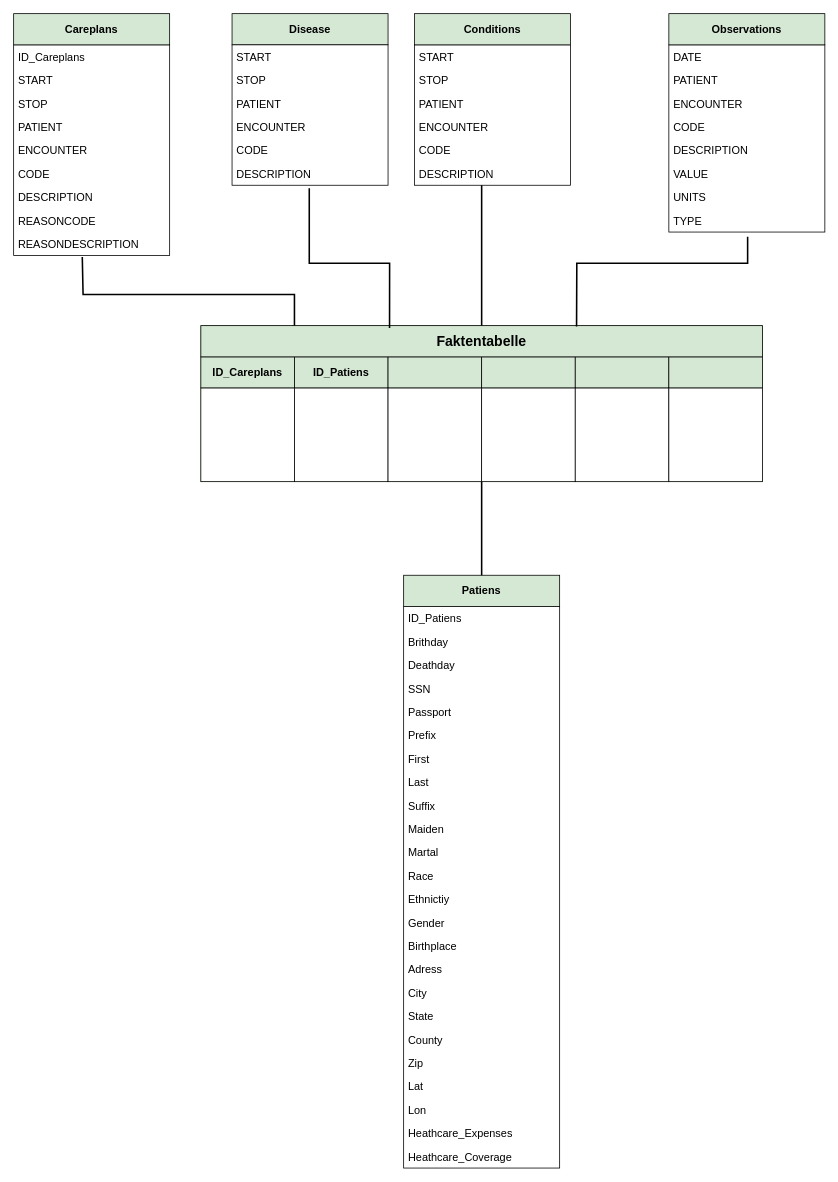
Before: Dokumentation/Entwurf_Sternschema(1).drawio in Fuenfgeld/DMA2022DataProjectA, a draw.io diagram. Source tidied: cells renumbered, new cells numbered last; positions are measured from the earlier drawing's top-left corner, leaving out a move shared by most shapes. Both pictures are drawn from the tidied source at 78%, with x=0, y=0 at pixel (13, 13).
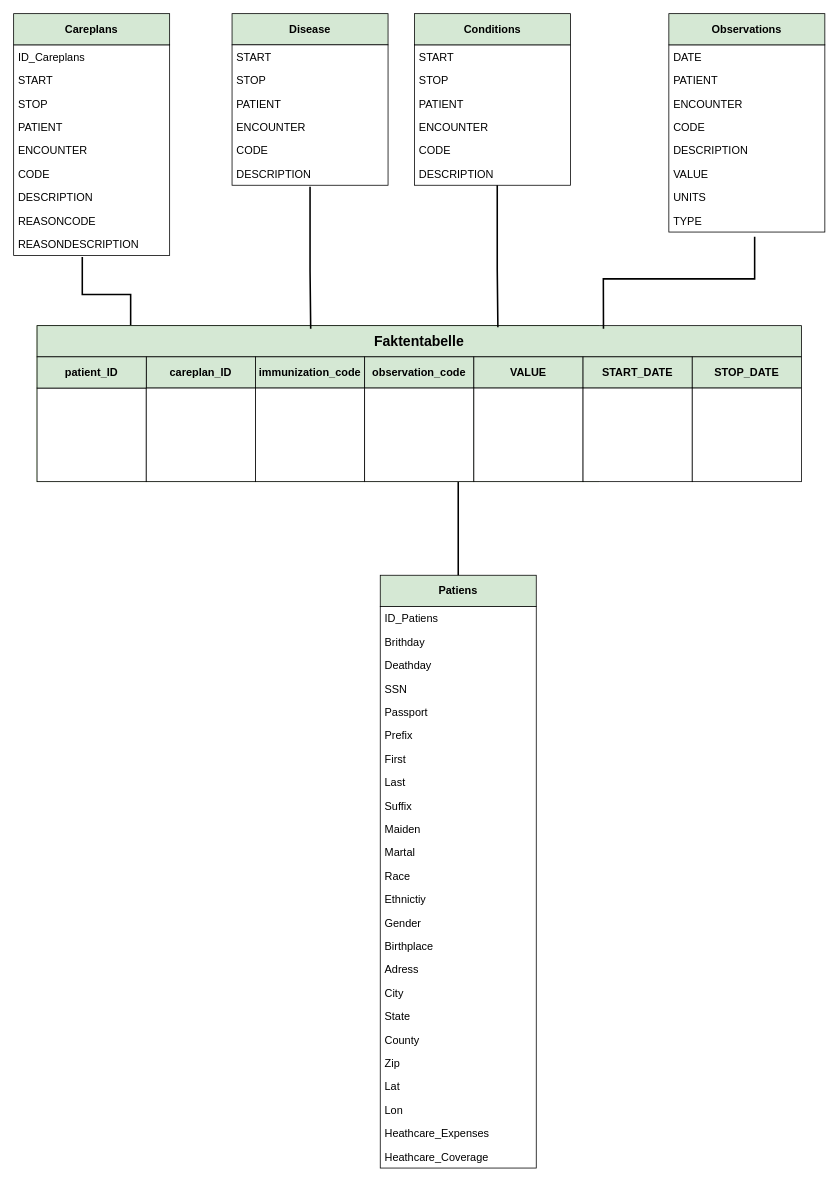
After the change.

Commit message (it also covers changes not shown here):
Entwurf_Sternschema  # 12 #8

Unchanged cells that the change refers to:
```xml
<mxCell id="17" value="&lt;b&gt;Patiens&lt;/b&gt;" style="rounded=0;whiteSpace=wrap;html=1;fontSize=14;fillColor=#d5e8d4;strokeColor=#000000;" parent="16" vertex="1">
  <mxGeometry width="200" height="40" as="geometry" />
</mxCell>
<mxCell id="52" value="TYPE" style="text;strokeColor=none;fillColor=none;align=left;verticalAlign=middle;spacingLeft=4;spacingRight=4;overflow=hidden;points=[[0,0.5],[1,0.5]];portConstraint=eastwest;labelBackgroundColor=none;fontSize=14;" parent="43" vertex="1">
  <mxGeometry y="250" width="200" height="30" as="geometry" />
</mxCell>
<mxCell id="61" value="DESCRIPTION" style="text;strokeColor=none;fillColor=none;align=left;verticalAlign=middle;spacingLeft=4;spacingRight=4;overflow=hidden;points=[[0,0.5],[1,0.5]];portConstraint=eastwest;labelBackgroundColor=none;fontSize=14;" parent="54" vertex="1">
  <mxGeometry y="190" width="200" height="30" as="geometry" />
</mxCell>
<mxCell id="74" value="REASONDESCRIPTION" style="text;strokeColor=none;fillColor=none;align=left;verticalAlign=middle;spacingLeft=4;spacingRight=4;overflow=hidden;points=[[0,0.5],[1,0.5]];portConstraint=eastwest;labelBackgroundColor=none;fontSize=14;" parent="63" vertex="1">
  <mxGeometry y="280" width="200" height="30" as="geometry" />
</mxCell>
```

Diff of the diagram source:
```diff
@@
-    <mxCell id="2" style="group;fillColor=#d5e8d4;strokeColor=#82b366;" parent="1" vertex="1">
-      <mxGeometry x="240" y="400" width="720" height="200" as="geometry" />
-    </mxCell>
-    <mxCell id="3" value="&lt;b&gt;ID_Careplans&lt;/b&gt;" style="rounded=0;whiteSpace=wrap;html=1;fontSize=14;fillColor=#d5e8d4;strokeColor=#000000;" parent="2" vertex="1">
-      <mxGeometry y="40" width="120" height="40" as="geometry" />
-    </mxCell>
-    <mxCell id="4" value="&lt;b&gt;ID_Patiens&lt;/b&gt;" style="rounded=0;whiteSpace=wrap;html=1;fontSize=14;fillColor=#d5e8d4;strokeColor=#000000;" parent="2" vertex="1">
-      <mxGeometry x="120" y="40" width="120" height="40" as="geometry" />
-    </mxCell>
-    <mxCell id="5" style="rounded=0;whiteSpace=wrap;html=1;fontSize=14;fillColor=#d5e8d4;strokeColor=#000000;" parent="2" vertex="1">
-      <mxGeometry x="240" y="40" width="120" height="40" as="geometry" />
-    </mxCell>
-    <mxCell id="6" style="rounded=0;whiteSpace=wrap;html=1;fontSize=14;fillColor=#d5e8d4;strokeColor=#000000;" parent="2" vertex="1">
-      <mxGeometry x="360" y="40" width="120" height="40" as="geometry" />
-    </mxCell>
-    <mxCell id="7" style="rounded=0;whiteSpace=wrap;html=1;fontSize=14;fillColor=#d5e8d4;strokeColor=#000000;" parent="2" vertex="1">
-      <mxGeometry x="480" y="40" width="120" height="40" as="geometry" />
-    </mxCell>
-    <mxCell id="8" style="rounded=0;whiteSpace=wrap;html=1;fontSize=14;fillColor=#d5e8d4;strokeColor=#000000;" parent="2" vertex="1">
-      <mxGeometry x="600" y="40" width="120" height="40" as="geometry" />
-    </mxCell>
-    <mxCell id="9" style="rounded=0;whiteSpace=wrap;html=1;fontSize=14;" parent="2" vertex="1">
-      <mxGeometry y="80" width="120" height="120" as="geometry" />
-    </mxCell>
-    <mxCell id="10" style="rounded=0;whiteSpace=wrap;html=1;fontSize=14;" parent="2" vertex="1">
-      <mxGeometry x="120" y="80" width="120" height="120" as="geometry" />
-    </mxCell>
-    <mxCell id="11" style="rounded=0;whiteSpace=wrap;html=1;fontSize=14;" parent="2" vertex="1">
-      <mxGeometry x="240" y="80" width="120" height="120" as="geometry" />
-    </mxCell>
-    <mxCell id="12" style="rounded=0;whiteSpace=wrap;html=1;fontSize=14;" parent="2" vertex="1">
-      <mxGeometry x="360" y="80" width="120" height="120" as="geometry" />
-    </mxCell>
-    <mxCell id="13" style="rounded=0;whiteSpace=wrap;html=1;fontSize=14;" parent="2" vertex="1">
-      <mxGeometry x="480" y="80" width="120" height="120" as="geometry" />
-    </mxCell>
-    <mxCell id="14" style="rounded=0;whiteSpace=wrap;html=1;fontSize=14;" parent="2" vertex="1">
-      <mxGeometry x="600" y="80" width="120" height="120" as="geometry" />
-    </mxCell>
-    <mxCell id="15" value="&lt;font style=&quot;font-size: 18px;&quot;&gt;&lt;b&gt;Faktentabelle&lt;/b&gt;&lt;/font&gt;" style="rounded=0;whiteSpace=wrap;html=1;labelBackgroundColor=none;fontFamily=Helvetica;fillColor=#d5e8d4;strokeColor=#000000;" parent="2" vertex="1">
-      <mxGeometry width="720" height="40" as="geometry" />
-    </mxCell>
     <mxCell id="16" style="group;" parent="1" vertex="1">
-      <mxGeometry x="500" y="720" width="200" height="760" as="geometry" />
+      <mxGeometry x="470" y="720" width="200" height="760" as="geometry" />
     </mxCell>
@@
     <mxCell id="84" style="endArrow=none;html=1;rounded=0;fontFamily=Helvetica;fontSize=18;fontColor=#000000;entryX=0.44;entryY=1.067;entryDx=0;entryDy=0;entryPerimeter=0;strokeWidth=2;" parent="1" edge="1" target="74">
       <mxGeometry relative="1" as="geometry">
-        <mxPoint x="360" y="400" as="sourcePoint" />
+        <mxPoint x="150" y="400" as="sourcePoint" />
         <Array as="points">
-          <mxPoint x="360" y="360" />
-          <mxPoint x="89" y="360" />
+          <mxPoint x="150" y="360" />
+          <mxPoint x="88" y="360" />
         </Array>
       </mxGeometry>
     </mxCell>
-    <mxCell id="85" style="endArrow=none;html=1;rounded=0;fontFamily=Helvetica;fontSize=18;fontColor=#000000;strokeWidth=2;entryX=0.495;entryY=1.133;entryDx=0;entryDy=0;entryPerimeter=0;exitX=0.336;exitY=0.075;exitDx=0;exitDy=0;exitPerimeter=0;" parent="1" edge="1" source="15" target="61">
-      <mxGeometry relative="1" as="geometry">
-        <Array as="points">
-          <mxPoint x="482" y="320" />
-          <mxPoint x="379" y="320" />
-        </Array>
-      </mxGeometry>
-    </mxCell>
-    <mxCell id="86" style="endArrow=none;html=1;rounded=0;fontFamily=Helvetica;fontSize=18;fontColor=#000000;strokeWidth=2;exitX=0.5;exitY=0;exitDx=0;exitDy=0;" parent="1" edge="1" source="15">
-      <mxGeometry relative="1" as="geometry">
-        <mxPoint x="600" y="220" as="targetPoint" />
-        <Array as="points">
-          <mxPoint x="600" y="320" />
-        </Array>
-      </mxGeometry>
-    </mxCell>
+    <mxCell id="88" style="endArrow=none;html=1;rounded=0;fontFamily=Helvetica;fontSize=18;fontColor=#000000;strokeWidth=2;entryX=0.857;entryY=1;entryDx=0;entryDy=0;entryPerimeter=0;" parent="1" edge="1" source="17" target="96">
+      <mxGeometry relative="1" as="geometry" />
+    </mxCell>
+    <mxCell id="89" style="group;" parent="1" vertex="1">
+      <mxGeometry x="30" y="400" width="980" height="200" as="geometry" />
+    </mxCell>
+    <mxCell id="2" style="group;fillColor=#d5e8d4;strokeColor=#82b366;" parent="89" vertex="1">
+      <mxGeometry width="720" height="200" as="geometry" />
+    </mxCell>
+    <mxCell id="15" value="&lt;font style=&quot;font-size: 18px;&quot;&gt;&lt;b&gt;Faktentabelle&lt;/b&gt;&lt;/font&gt;" style="rounded=0;whiteSpace=wrap;html=1;labelBackgroundColor=none;fontFamily=Helvetica;fillColor=#d5e8d4;strokeColor=#000000;" parent="89" vertex="1">
+      <mxGeometry width="980" height="40" as="geometry" />
+    </mxCell>
+    <mxCell id="90" style="group;" parent="89" vertex="1">
+      <mxGeometry y="40" width="980" height="160" as="geometry" />
+    </mxCell>
+    <mxCell id="9" style="rounded=0;whiteSpace=wrap;html=1;fontSize=14;" parent="90" vertex="1">
+      <mxGeometry y="40" width="140" height="120" as="geometry" />
+    </mxCell>
+    <mxCell id="91" style="group;" parent="90" vertex="1">
+      <mxGeometry width="980" height="40" as="geometry" />
+    </mxCell>
+    <mxCell id="3" value="&lt;b&gt;careplan_ID&lt;/b&gt;" style="rounded=0;whiteSpace=wrap;html=1;fontSize=14;fillColor=#d5e8d4;strokeColor=#000000;" parent="91" vertex="1">
+      <mxGeometry x="140" width="140" height="40" as="geometry" />
+    </mxCell>
+    <mxCell id="4" value="&lt;b&gt;patient_ID&lt;/b&gt;" style="rounded=0;whiteSpace=wrap;html=1;fontSize=14;fillColor=#d5e8d4;strokeColor=#000000;" parent="91" vertex="1">
+      <mxGeometry width="140" height="40" as="geometry" />
+    </mxCell>
+    <mxCell id="6" value="&lt;b&gt;immunization_code&lt;/b&gt;" style="rounded=0;whiteSpace=wrap;html=1;fontSize=14;fillColor=#d5e8d4;strokeColor=#000000;" parent="91" vertex="1">
+      <mxGeometry x="280" width="140" height="40" as="geometry" />
+    </mxCell>
+    <mxCell id="7" value="&lt;b&gt;observation_code&lt;/b&gt;" style="rounded=0;whiteSpace=wrap;html=1;fontSize=14;fillColor=#d5e8d4;strokeColor=#000000;" parent="91" vertex="1">
+      <mxGeometry x="420" width="140" height="40" as="geometry" />
+    </mxCell>
+    <mxCell id="8" value="&lt;b&gt;VALUE&lt;/b&gt;" style="rounded=0;whiteSpace=wrap;html=1;fontSize=14;fillColor=#d5e8d4;strokeColor=#000000;" parent="91" vertex="1">
+      <mxGeometry x="560" width="140" height="40" as="geometry" />
+    </mxCell>
+    <mxCell id="92" value="&lt;b&gt;START_DATE&lt;/b&gt;" style="rounded=0;whiteSpace=wrap;html=1;fontSize=14;fillColor=#d5e8d4;strokeColor=#000000;" parent="91" vertex="1">
+      <mxGeometry x="700" width="140" height="40" as="geometry" />
+    </mxCell>
+    <mxCell id="93" value="&lt;b&gt;STOP_DATE&lt;/b&gt;" style="rounded=0;whiteSpace=wrap;html=1;fontSize=14;fillColor=#d5e8d4;strokeColor=#000000;" parent="91" vertex="1">
+      <mxGeometry x="840" width="140" height="40" as="geometry" />
+    </mxCell>
+    <mxCell id="94" style="rounded=0;whiteSpace=wrap;html=1;fontSize=14;" parent="90" vertex="1">
+      <mxGeometry x="140" y="40" width="140" height="120" as="geometry" />
+    </mxCell>
+    <mxCell id="95" style="rounded=0;whiteSpace=wrap;html=1;fontSize=14;" parent="90" vertex="1">
+      <mxGeometry x="280" y="40" width="140" height="120" as="geometry" />
+    </mxCell>
+    <mxCell id="96" style="rounded=0;whiteSpace=wrap;html=1;fontSize=14;" parent="90" vertex="1">
+      <mxGeometry x="420" y="40" width="140" height="120" as="geometry" />
+    </mxCell>
+    <mxCell id="97" style="rounded=0;whiteSpace=wrap;html=1;fontSize=14;" parent="90" vertex="1">
+      <mxGeometry x="560" y="40" width="140" height="120" as="geometry" />
+    </mxCell>
+    <mxCell id="98" style="rounded=0;whiteSpace=wrap;html=1;fontSize=14;" parent="90" vertex="1">
+      <mxGeometry x="700" y="40" width="140" height="120" as="geometry" />
+    </mxCell>
+    <mxCell id="99" style="rounded=0;whiteSpace=wrap;html=1;fontSize=14;" parent="90" vertex="1">
+      <mxGeometry x="840" y="40" width="140" height="120" as="geometry" />
+    </mxCell>
+    <mxCell id="100" style="endArrow=none;html=1;rounded=0;fontFamily=Helvetica;fontSize=18;fontColor=#000000;entryX=0.44;entryY=1.067;entryDx=0;entryDy=0;entryPerimeter=0;strokeWidth=2;exitX=0.358;exitY=0.1;exitDx=0;exitDy=0;exitPerimeter=0;" parent="1" edge="1" source="15">
+      <mxGeometry relative="1" as="geometry">
+        <mxPoint x="380" y="222" as="targetPoint" />
+        <Array as="points">
+          <mxPoint x="380" y="330" />
+          <mxPoint x="380" y="270" />
+        </Array>
+      </mxGeometry>
+    </mxCell>
+    <mxCell id="101" style="endArrow=none;html=1;rounded=0;fontFamily=Helvetica;fontSize=18;fontColor=#000000;entryX=0.44;entryY=1.067;entryDx=0;entryDy=0;entryPerimeter=0;strokeWidth=2;exitX=0.358;exitY=0.1;exitDx=0;exitDy=0;exitPerimeter=0;" parent="1" edge="1">
+      <mxGeometry relative="1" as="geometry">
+        <mxPoint x="620.8" y="402" as="sourcePoint" />
+        <mxPoint x="620" y="220" as="targetPoint" />
+        <Array as="points">
+          <mxPoint x="620" y="328" />
+          <mxPoint x="620" y="268" />
+        </Array>
+      </mxGeometry>
+    </mxCell>
-    <mxCell id="87" style="endArrow=none;html=1;rounded=0;fontFamily=Helvetica;fontSize=18;fontColor=#000000;strokeWidth=2;entryX=0.505;entryY=1.2;entryDx=0;entryDy=0;entryPerimeter=0;exitX=0.669;exitY=0.025;exitDx=0;exitDy=0;exitPerimeter=0;" parent="1" edge="1" source="15" target="52">
+    <mxCell id="87" style="endArrow=none;html=1;rounded=0;fontFamily=Helvetica;fontSize=18;fontColor=#000000;entryX=0.55;entryY=1.2;entryDx=0;entryDy=0;entryPerimeter=0;strokeWidth=2;exitX=0.741;exitY=0.1;exitDx=0;exitDy=0;exitPerimeter=0;" parent="1" edge="1" source="15" target="52">
       <mxGeometry relative="1" as="geometry">
         <Array as="points">
-          <mxPoint x="722" y="320" />
-          <mxPoint x="941" y="320" />
+          <mxPoint x="756" y="340" />
+          <mxPoint x="950" y="340" />
         </Array>
       </mxGeometry>
     </mxCell>
-    <mxCell id="88" style="endArrow=none;html=1;rounded=0;fontFamily=Helvetica;fontSize=18;fontColor=#000000;strokeWidth=2;entryX=0;entryY=1;entryDx=0;entryDy=0;" parent="1" edge="1" source="17" target="12">
-      <mxGeometry relative="1" as="geometry" />
-    </mxCell>
```
